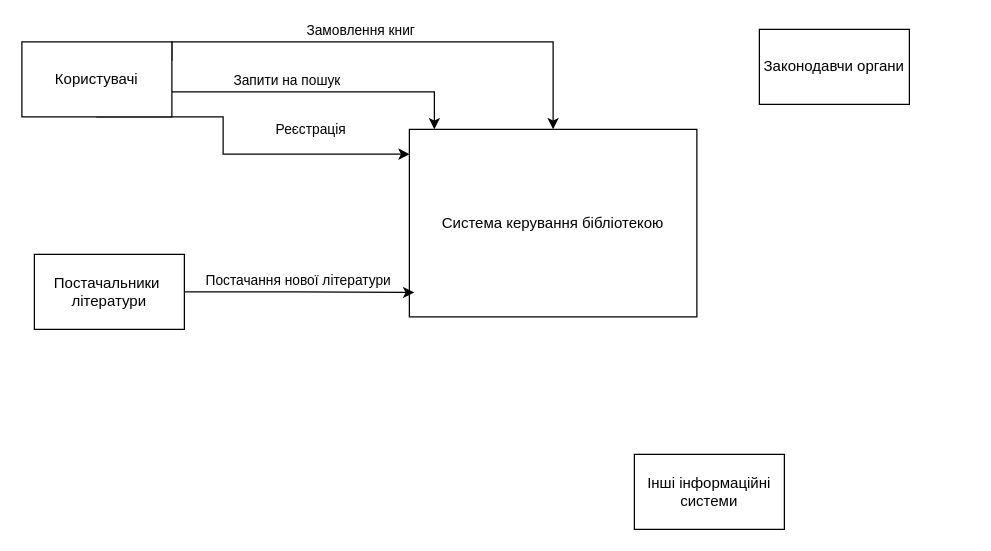
Earlier version of the draw.io diagram Untitled Diagram.drawio (Farus256/Draw.IO-Labs). Source tidied: cells renumbered, new cells numbered last; positions are measured from the earlier drawing's top-left corner, leaving out a move shared by most shapes. Both pictures are drawn from the tidied source at 125%, with x=0, y=0 at pixel (21, 29).
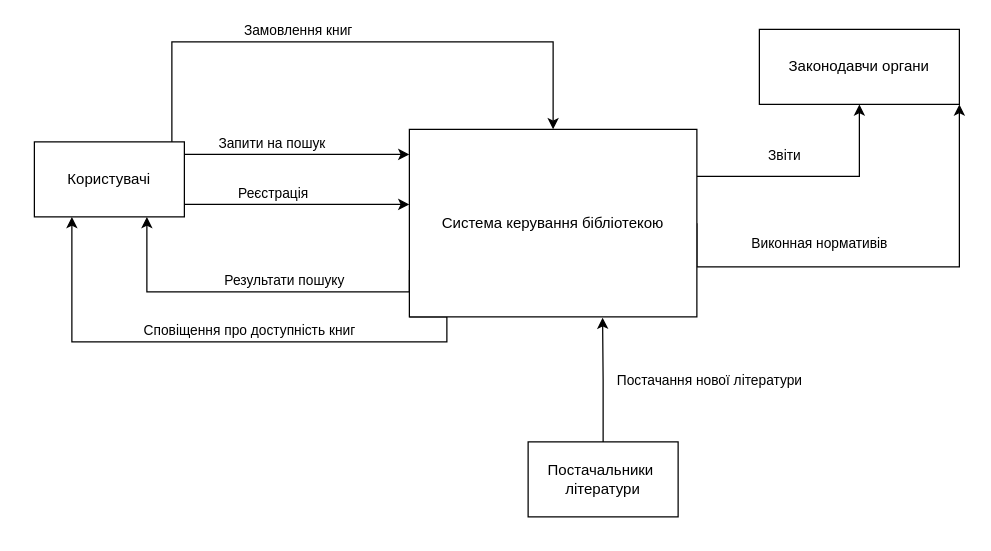
The same diagram, later.

Unchanged cells that the change refers to:
```xml
<mxCell id="2" value="Система керування бібліотекою" style="rounded=0;whiteSpace=wrap;html=1;" parent="1" vertex="1">
  <mxGeometry x="310" y="80" width="230" height="150" as="geometry" />
</mxCell>
```

Diff of the diagram source:
```diff
@@
+    <mxCell id="15" style="edgeStyle=orthogonalEdgeStyle;rounded=0;jettySize=auto;html=1;exitX=0;exitY=0.75;exitDx=0;exitDy=0;entryX=0.75;entryY=1;entryDx=0;entryDy=0;" parent="1" edge="1" source="2" target="9">
+      <mxGeometry relative="1" as="geometry">
+        <Array as="points">
+          <mxPoint x="310" y="210" />
+          <mxPoint x="100" y="210" />
+        </Array>
+      </mxGeometry>
+    </mxCell>
+    <mxCell id="16" value="Результати пошуку" style="edgeLabel;html=1;align=center;verticalAlign=middle;" parent="15" vertex="1">
+      <mxGeometry x="-0.18" y="2" relative="1" as="geometry">
+        <mxPoint y="-12" as="offset" />
+      </mxGeometry>
+    </mxCell>
+    <mxCell id="17" style="edgeStyle=orthogonalEdgeStyle;rounded=0;jettySize=auto;html=1;exitX=0;exitY=1;exitDx=0;exitDy=0;entryX=0.25;entryY=1;entryDx=0;entryDy=0;" parent="1" edge="1" source="2" target="9">
+      <mxGeometry relative="1" as="geometry">
+        <Array as="points">
+          <mxPoint x="340" y="230" />
+          <mxPoint x="340" y="250" />
+          <mxPoint x="40" y="250" />
+        </Array>
+      </mxGeometry>
+    </mxCell>
+    <mxCell id="18" value="Сповіщення про доступність книг" style="edgeLabel;html=1;align=center;verticalAlign=middle;" parent="17" vertex="1">
+      <mxGeometry x="-0.18" y="-2" relative="1" as="geometry">
+        <mxPoint x="-24" y="-8" as="offset" />
+      </mxGeometry>
+    </mxCell>
+    <mxCell id="19" style="edgeStyle=orthogonalEdgeStyle;rounded=0;jettySize=auto;html=1;exitX=1;exitY=0.25;exitDx=0;exitDy=0;entryX=0.5;entryY=1;entryDx=0;entryDy=0;" parent="1" edge="1" source="2" target="12">
+      <mxGeometry relative="1" as="geometry" />
+    </mxCell>
+    <mxCell id="20" value="Звіти" style="edgeLabel;html=1;align=center;verticalAlign=middle;" parent="19" vertex="1">
+      <mxGeometry x="-0.07" y="-1" relative="1" as="geometry">
+        <mxPoint x="-18" y="-18" as="offset" />
+      </mxGeometry>
+    </mxCell>
+    <mxCell id="21" style="edgeStyle=orthogonalEdgeStyle;rounded=0;jettySize=auto;html=1;exitX=1;exitY=0.5;exitDx=0;exitDy=0;entryX=1;entryY=1;entryDx=0;entryDy=0;" parent="1" edge="1" source="2" target="12">
+      <mxGeometry relative="1" as="geometry">
+        <Array as="points">
+          <mxPoint x="540" y="190" />
+          <mxPoint x="750" y="190" />
+        </Array>
+      </mxGeometry>
+    </mxCell>
+    <mxCell id="22" value="Виконная нормативів" style="edgeLabel;html=1;align=center;verticalAlign=middle;" parent="21" vertex="1">
+      <mxGeometry x="-0.21" y="-1" relative="1" as="geometry">
+        <mxPoint x="-16" y="-21" as="offset" />
+      </mxGeometry>
+    </mxCell>
@@
     <mxCell id="3" style="edgeStyle=orthogonalEdgeStyle;rounded=0;jettySize=auto;html=1;" parent="1" edge="1" source="9" target="2">
       <mxGeometry relative="1" as="geometry">
         <Array as="points">
-          <mxPoint x="330" y="50" />
+          <mxPoint x="190" y="100" />
+          <mxPoint x="190" y="100" />
         </Array>
       </mxGeometry>
     </mxCell>
@@
-    <mxCell id="5" style="edgeStyle=orthogonalEdgeStyle;rounded=0;jettySize=auto;html=1;exitX=0.75;exitY=1;exitDx=0;exitDy=0;entryX=0.001;entryY=0.132;entryDx=0;entryDy=0;entryPerimeter=0;" parent="1" edge="1" target="2">
+    <mxCell id="5" style="edgeStyle=orthogonalEdgeStyle;rounded=0;jettySize=auto;html=1;exitX=1;exitY=0.75;exitDx=0;exitDy=0;" parent="1" edge="1" source="9">
       <mxGeometry relative="1" as="geometry">
-        <mxPoint x="60" y="50" as="sourcePoint" />
+        <mxPoint x="310" y="140" as="targetPoint" />
         <Array as="points">
-          <mxPoint x="60" y="70" />
-          <mxPoint x="161" y="70" />
-          <mxPoint x="161" y="100" />
+          <mxPoint x="100" y="135" />
+          <mxPoint x="100" y="140" />
         </Array>
       </mxGeometry>
     </mxCell>
     <mxCell id="6" value="Реєстрація" style="edgeLabel;html=1;align=center;verticalAlign=middle;" parent="5" vertex="1">
       <mxGeometry x="0.11" y="-1" relative="1" as="geometry">
-        <mxPoint x="53" y="-21" as="offset" />
+        <mxPoint x="-1" y="-11" as="offset" />
       </mxGeometry>
     </mxCell>
@@
     <mxCell id="9" value="Користувачі" style="rounded=0;whiteSpace=wrap;html=1;" parent="1" vertex="1">
-      <mxGeometry y="10" width="120" height="60" as="geometry" />
+      <mxGeometry x="10" y="90" width="120" height="60" as="geometry" />
     </mxCell>
     <mxCell id="10" value="Постачальники&amp;nbsp;&lt;div&gt;літератури&lt;/div&gt;" style="rounded=0;whiteSpace=wrap;html=1;" parent="1" vertex="1">
-      <mxGeometry x="10" y="180" width="120" height="60" as="geometry" />
+      <mxGeometry x="405" y="330" width="120" height="60" as="geometry" />
     </mxCell>
-    <mxCell id="11" value="Інші інформаційні&lt;div&gt;системи&lt;/div&gt;" style="rounded=0;whiteSpace=wrap;html=1;" parent="1" vertex="1">
-      <mxGeometry x="490" y="340" width="120" height="60" as="geometry" />
-    </mxCell>
     <mxCell id="12" value="Законодавчи органи" style="rounded=0;whiteSpace=wrap;html=1;" parent="1" vertex="1">
-      <mxGeometry x="590" width="120" height="60" as="geometry" />
+      <mxGeometry x="590" width="160" height="60" as="geometry" />
     </mxCell>
-    <mxCell id="13" style="edgeStyle=orthogonalEdgeStyle;rounded=0;jettySize=auto;html=1;entryX=0.017;entryY=0.87;entryDx=0;entryDy=0;entryPerimeter=0;" parent="1" edge="1" source="10" target="2">
+    <mxCell id="13" style="edgeStyle=orthogonalEdgeStyle;rounded=0;jettySize=auto;html=1;exitX=0.5;exitY=0;exitDx=0;exitDy=0;entryX=0.672;entryY=1.004;entryDx=0;entryDy=0;entryPerimeter=0;" parent="1" edge="1" source="10" target="2">
       <mxGeometry relative="1" as="geometry" />
     </mxCell>
     <mxCell id="14" value="Постачання нової літератури" style="edgeLabel;html=1;align=center;verticalAlign=middle;" parent="13" vertex="1">
-      <mxGeometry x="0.34" relative="1" as="geometry">
-        <mxPoint x="-33" y="-10" as="offset" />
+      <mxGeometry x="0.17" y="2" relative="1" as="geometry">
+        <mxPoint x="87" y="8" as="offset" />
       </mxGeometry>
     </mxCell>
```
